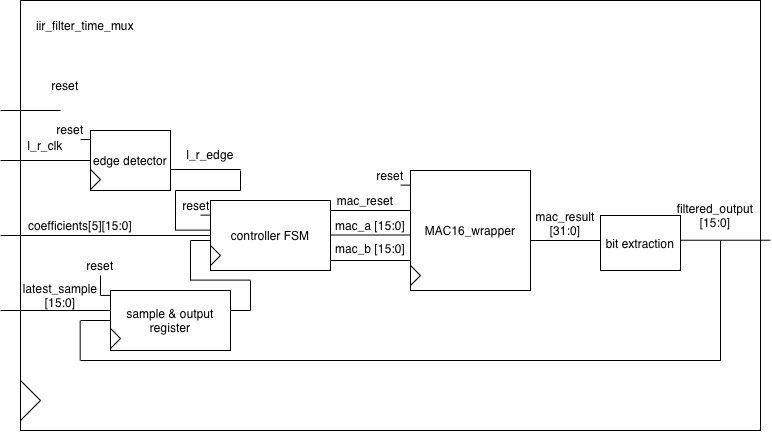
The draw.io diagram images/filter_block_diagram.png in eoinoconnell04/E155-Project, before a commit. Source tidied: cells renumbered, new cells last; positions are measured from the earlier drawing's top-left corner, leaving out a move shared by most shapes.
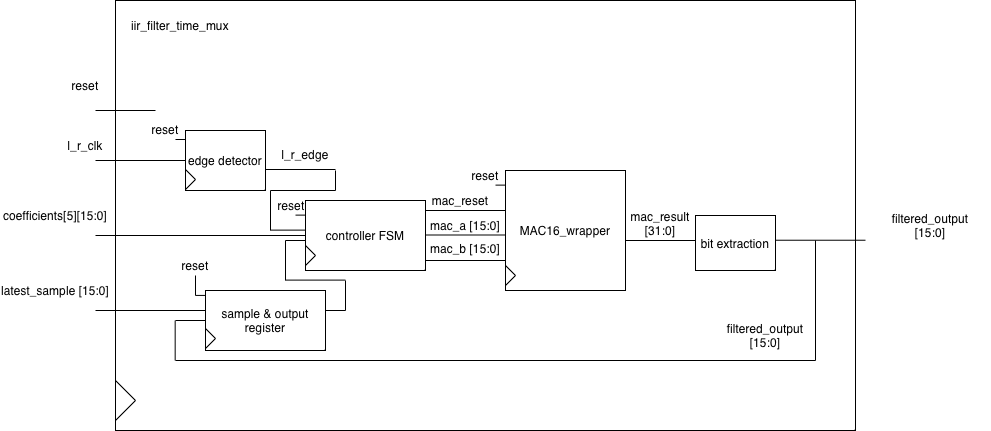
After the change.

Change to the diagram source:
```diff
@@ -27,7 +27,7 @@
       </mxGeometry>
     </mxCell>
     <mxCell id="7" value="coefficients[5][15:0]" style="text;html=1;whiteSpace=wrap;strokeColor=none;fillColor=none;align=center;verticalAlign=middle;rounded=0;" parent="1" vertex="1">
-      <mxGeometry x="25" y="210" width="110" height="30" as="geometry" />
+      <mxGeometry x="-95" y="200" width="110" height="30" as="geometry" />
     </mxCell>
     <mxCell id="8" style="endArrow=none;html=1;rounded=0;" parent="1" edge="1">
       <mxGeometry relative="1" as="geometry">
@@ -36,7 +36,7 @@
       </mxGeometry>
     </mxCell>
     <mxCell id="9" value="latest_sample [15:0]" style="text;html=1;whiteSpace=wrap;strokeColor=none;fillColor=none;align=center;verticalAlign=middle;rounded=0;" parent="1" vertex="1">
-      <mxGeometry x="25" y="280" width="70" height="30" as="geometry" />
+      <mxGeometry x="-95" y="275" width="110" height="30" as="geometry" />
     </mxCell>
     <mxCell id="10" style="endArrow=none;html=1;rounded=0;" parent="1" edge="1">
       <mxGeometry relative="1" as="geometry">
@@ -45,7 +45,7 @@
       </mxGeometry>
     </mxCell>
     <mxCell id="11" value="filtered_output&lt;div&gt;[15:0]&lt;/div&gt;" style="text;html=1;whiteSpace=wrap;strokeColor=none;fillColor=none;align=center;verticalAlign=middle;rounded=0;" parent="1" vertex="1">
-      <mxGeometry x="670" y="200" width="90" height="30" as="geometry" />
+      <mxGeometry x="625" y="320" width="90" height="30" as="geometry" />
     </mxCell>
     <mxCell id="12" style="endArrow=none;html=1;rounded=0;" parent="1" edge="1">
       <mxGeometry relative="1" as="geometry">
@@ -54,7 +54,7 @@
       </mxGeometry>
     </mxCell>
     <mxCell id="13" value="l_r_clk" style="text;html=1;whiteSpace=wrap;strokeColor=none;fillColor=none;align=center;verticalAlign=middle;rounded=0;" parent="1" vertex="1">
-      <mxGeometry x="10" y="130" width="70" height="30" as="geometry" />
+      <mxGeometry x="-45" y="130" width="70" height="30" as="geometry" />
     </mxCell>
     <mxCell id="14" style="endArrow=none;html=1;rounded=0;" parent="1" edge="1">
       <mxGeometry relative="1" as="geometry">
@@ -63,7 +63,7 @@
       </mxGeometry>
     </mxCell>
     <mxCell id="15" value="reset" style="text;html=1;whiteSpace=wrap;strokeColor=none;fillColor=none;align=center;verticalAlign=middle;rounded=0;" parent="1" vertex="1">
-      <mxGeometry x="30" y="70" width="70" height="30" as="geometry" />
+      <mxGeometry x="-45" y="70" width="70" height="30" as="geometry" />
     </mxCell>
     <mxCell id="16" value="edge detector" style="rounded=0;whiteSpace=wrap;html=1;" parent="1" vertex="1">
       <mxGeometry x="90" y="130" width="80" height="60" as="geometry" />
@@ -293,5 +293,8 @@
     <mxCell id="60" value="reset" style="text;html=1;whiteSpace=wrap;strokeColor=none;fillColor=none;align=center;verticalAlign=middle;rounded=0;" parent="1" vertex="1">
       <mxGeometry x="380" y="164.6" width="20" height="20" as="geometry" />
     </mxCell>
+    <mxCell id="61" value="filtered_output&lt;div&gt;[15:0]&lt;/div&gt;" style="text;html=1;whiteSpace=wrap;strokeColor=none;fillColor=none;align=center;verticalAlign=middle;rounded=0;" parent="1" vertex="1">
+      <mxGeometry x="775" y="210" width="120" height="30" as="geometry" />
+    </mxCell>
   </root>
 </mxGraphModel>
```
